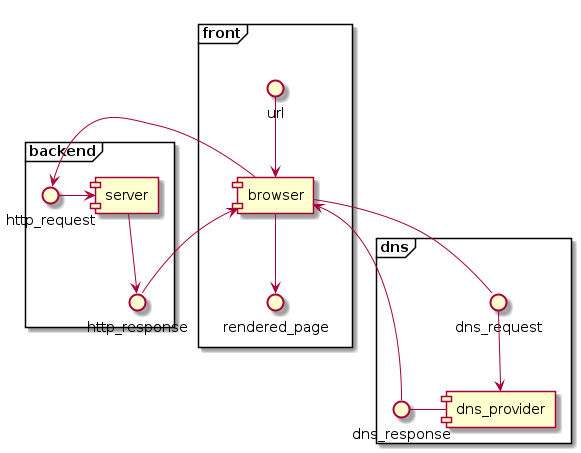
mai-re-course/process-to-diagram-neozumm keeps this PlantUML diagram as component.png. Above is the earlier version.
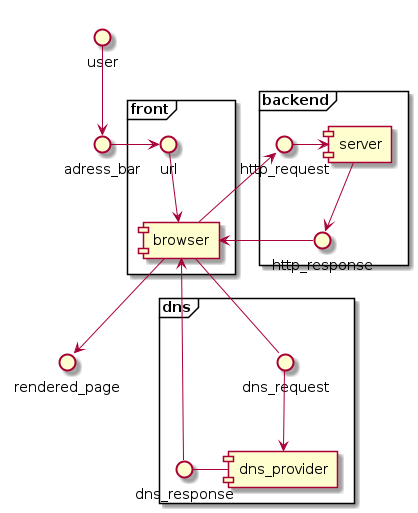
After the change.

What changed in the source:
```diff
@@ -1,8 +1,10 @@
 @startuml
+user --> adress_bar
 frame "front"{
+    adress_bar -> url
     url --> [browser]
+}
     [browser] --> rendered_page
-}
 frame "dns"{
     [browser] -down- dns_request
     dns_request -->[dns_provider]
```
